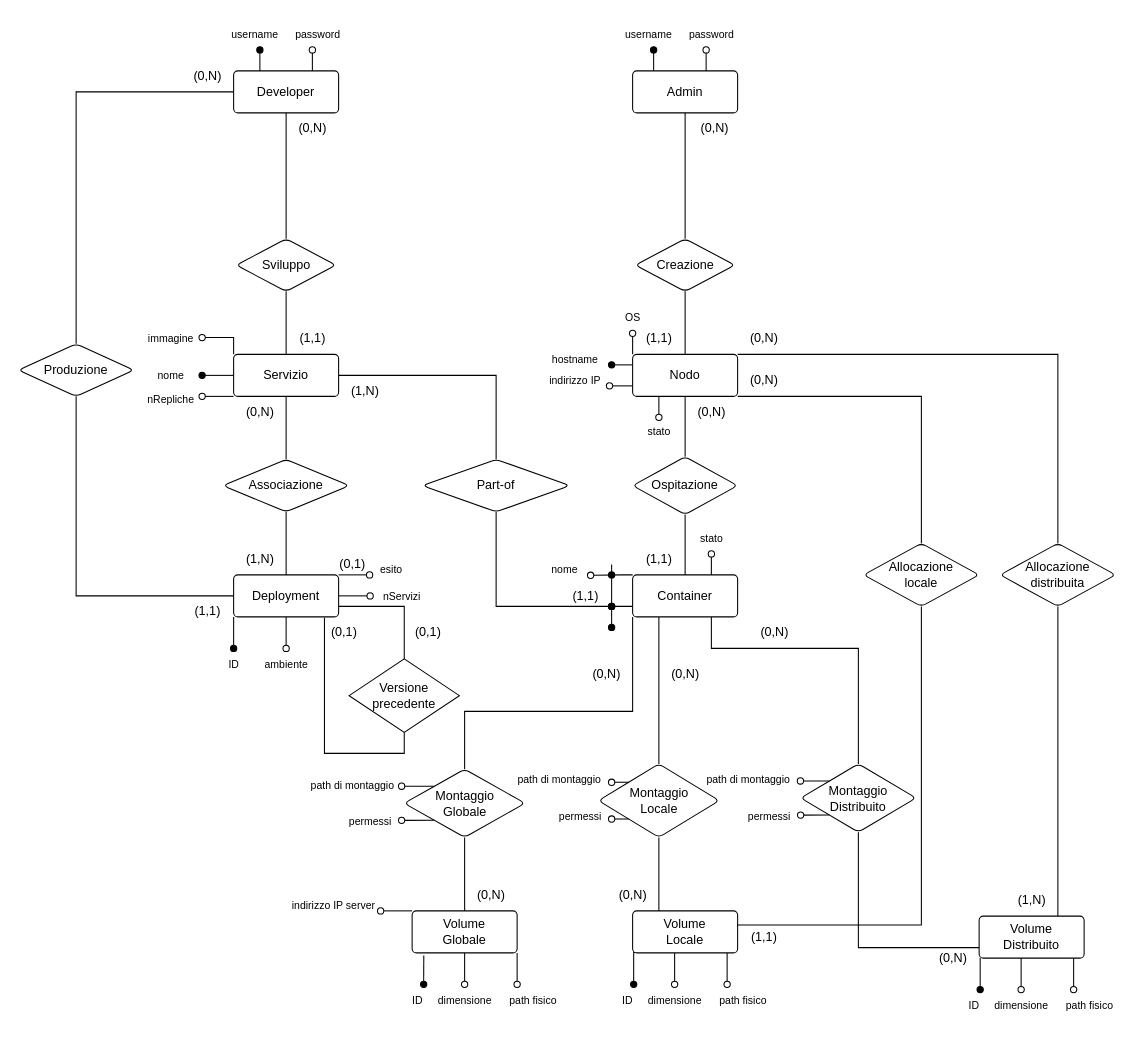
The draw.io diagram ER_Refurbished.drawio in aledinato/Database-Project-SCP4065533, before the edit. Source tidied: cells renumbered, new cells numbered last; positions are measured from the earlier drawing's top-left corner, leaving out a move shared by most shapes. Both pictures are drawn from the tidied source at 105%, with x=0, y=0 at pixel (18, 18).
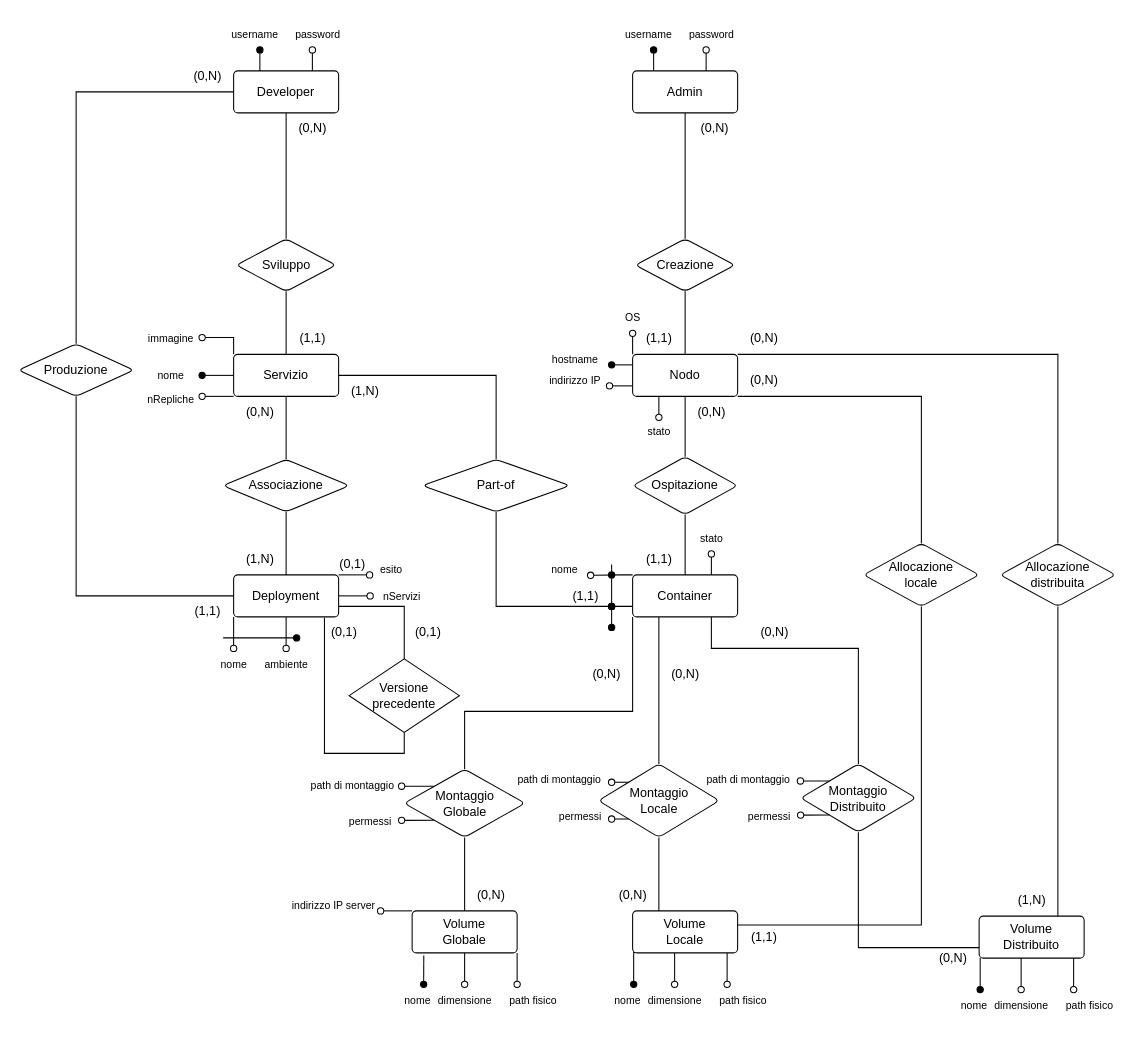
After the change.

Commit message (it also covers changes not shown here):
- remove id from  ER diagram - changed first query - improved .md to be converted with pandoc to pdf

The change refers to these unchanged cells:
```xml
<mxCell id="29" value="Deployment" style="rounded=1;arcSize=10;whiteSpace=wrap;html=1;align=center;" parent="1" vertex="1">
  <mxGeometry x="205" y="530" width="100" height="40" as="geometry" />
</mxCell>
```

Change to the diagram source:
```diff
@@
-    <mxCell id="24" style="edgeStyle=orthogonalEdgeStyle;rounded=0;jettySize=auto;html=1;exitX=0;exitY=1;exitDx=0;exitDy=0;endArrow=oval;endFill=1;" parent="1" edge="1" source="29">
+    <mxCell id="24" style="edgeStyle=orthogonalEdgeStyle;rounded=0;jettySize=auto;html=1;exitX=0;exitY=1;exitDx=0;exitDy=0;endArrow=oval;endFill=0;" parent="1" edge="1" source="29">
       <mxGeometry relative="1" as="geometry">
         <mxPoint x="205" y="600" as="targetPoint" />
       </mxGeometry>
     </mxCell>
@@
-    <mxCell id="63" value="ID" style="text;html=1;align=center;verticalAlign=middle;strokeColor=none;fillColor=none;fontSize=10;" parent="1" vertex="1">
-      <mxGeometry x="190" y="600" width="30" height="30" as="geometry" />
+    <mxCell id="63" value="nome" style="text;html=1;align=center;verticalAlign=middle;strokeColor=none;fillColor=none;fontSize=10;" parent="1" vertex="1">
+      <mxGeometry x="180" y="600" width="50" height="30" as="geometry" />
     </mxCell>
@@
-    <mxCell id="87" value="ID" style="text;html=1;align=center;verticalAlign=middle;strokeColor=none;fillColor=none;fontSize=10;" parent="1" vertex="1">
-      <mxGeometry x="365" y="920" width="30" height="30" as="geometry" />
+    <mxCell id="87" value="nome" style="text;html=1;align=center;verticalAlign=middle;strokeColor=none;fillColor=none;fontSize=10;" parent="1" vertex="1">
+      <mxGeometry x="355" y="920" width="50" height="30" as="geometry" />
     </mxCell>
@@
-    <mxCell id="104" value="ID" style="text;html=1;align=center;verticalAlign=middle;strokeColor=none;fillColor=none;fontSize=10;" parent="1" vertex="1">
-      <mxGeometry x="565" y="920" width="30" height="30" as="geometry" />
+    <mxCell id="104" value="nome" style="text;html=1;align=center;verticalAlign=middle;strokeColor=none;fillColor=none;fontSize=10;" parent="1" vertex="1">
+      <mxGeometry x="555" y="920" width="50" height="30" as="geometry" />
     </mxCell>
@@
-    <mxCell id="110" value="ID" style="text;html=1;align=center;verticalAlign=middle;strokeColor=none;fillColor=none;fontSize=10;" parent="1" vertex="1">
-      <mxGeometry x="895" y="925" width="30" height="30" as="geometry" />
+    <mxCell id="110" value="nome" style="text;html=1;align=center;verticalAlign=middle;strokeColor=none;fillColor=none;fontSize=10;" parent="1" vertex="1">
+      <mxGeometry x="885" y="925" width="50" height="30" as="geometry" />
     </mxCell>
@@
+    <mxCell id="141" style="endArrow=oval;html=1;rounded=0;endFill=1;" parent="1" edge="1">
+      <mxGeometry relative="1" as="geometry">
+        <mxPoint x="195" y="590" as="sourcePoint" />
+        <mxPoint x="265" y="590" as="targetPoint" />
+      </mxGeometry>
+    </mxCell>
```
